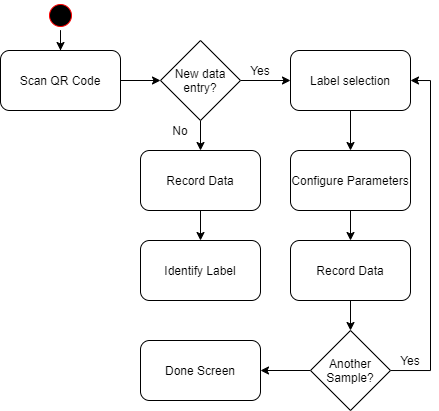
The draw.io diagram Requirements Specification/charts/flow2.png in PSE-TECO-2020-TEAM1/e2e-ml_docs, before a commit. Source tidied: cells renumbered, new cells last; positions are measured from the earlier drawing's top-left corner, leaving out a move shared by most shapes.
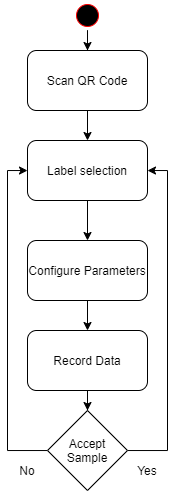
After the commit.

The edit, as a diff of the source:
```diff
@@ -6,75 +6,56 @@
       <mxGeometry relative="1" as="geometry" />
     </mxCell>
     <mxCell id="3" style="ellipse;html=1;shape=startState;fillColor=#000000;strokeColor=#ff0000;" parent="1" vertex="1">
-      <mxGeometry x="45" width="30" height="30" as="geometry" />
+      <mxGeometry x="335" y="-90" width="30" height="30" as="geometry" />
     </mxCell>
-    <mxCell id="4" style="edgeStyle=orthogonalEdgeStyle;rounded=0;jettySize=auto;html=1;" parent="1" edge="1" source="5" target="8">
-      <mxGeometry relative="1" as="geometry" />
-    </mxCell>
+    <mxCell id="25" style="edgeStyle=orthogonalEdgeStyle;rounded=0;jettySize=auto;html=1;" parent="1" edge="1" source="5" target="10">
+      <mxGeometry relative="1" as="geometry" />
+    </mxCell>
     <mxCell id="5" value="Scan QR Code" style="rounded=1;whiteSpace=wrap;html=1;" parent="1" vertex="1">
-      <mxGeometry y="50" width="120" height="60" as="geometry" />
+      <mxGeometry x="290" y="-40" width="120" height="60" as="geometry" />
     </mxCell>
-    <mxCell id="6" style="edgeStyle=orthogonalEdgeStyle;rounded=0;jettySize=auto;html=1;" parent="1" edge="1" source="8" target="10">
-      <mxGeometry relative="1" as="geometry" />
-    </mxCell>
-    <mxCell id="7" style="edgeStyle=orthogonalEdgeStyle;rounded=0;jettySize=auto;html=1;" parent="1" edge="1" source="8" target="13">
-      <mxGeometry relative="1" as="geometry" />
-    </mxCell>
-    <mxCell id="8" value="New data entry?" style="rhombus;whiteSpace=wrap;html=1;" parent="1" vertex="1">
-      <mxGeometry x="160" y="40" width="80" height="80" as="geometry" />
-    </mxCell>
     <mxCell id="9" style="edgeStyle=orthogonalEdgeStyle;rounded=0;jettySize=auto;html=1;" parent="1" edge="1" source="10" target="17">
       <mxGeometry relative="1" as="geometry" />
     </mxCell>
     <mxCell id="10" value="Label selection" style="rounded=1;whiteSpace=wrap;html=1;" parent="1" vertex="1">
       <mxGeometry x="290" y="50" width="120" height="60" as="geometry" />
     </mxCell>
-    <mxCell id="11" value="Yes" style="text;html=1;strokeColor=none;fillColor=none;align=center;verticalAlign=middle;whiteSpace=wrap;rounded=0;" parent="1" vertex="1">
-      <mxGeometry x="240" y="60" width="40" height="20" as="geometry" />
-    </mxCell>
-    <mxCell id="12" style="edgeStyle=orthogonalEdgeStyle;rounded=0;jettySize=auto;html=1;" parent="1" edge="1" source="13" target="15">
-      <mxGeometry relative="1" as="geometry" />
-    </mxCell>
-    <mxCell id="13" value="Record Data" style="rounded=1;whiteSpace=wrap;html=1;" parent="1" vertex="1">
-      <mxGeometry x="140" y="150" width="120" height="60" as="geometry" />
-    </mxCell>
-    <mxCell id="14" value="No" style="text;html=1;strokeColor=none;fillColor=none;align=center;verticalAlign=middle;whiteSpace=wrap;rounded=0;" parent="1" vertex="1">
-      <mxGeometry x="160" y="120" width="40" height="20" as="geometry" />
-    </mxCell>
-    <mxCell id="15" value="Identify Label" style="rounded=1;whiteSpace=wrap;html=1;" parent="1" vertex="1">
-      <mxGeometry x="140" y="240" width="120" height="60" as="geometry" />
-    </mxCell>
     <mxCell id="16" style="edgeStyle=orthogonalEdgeStyle;rounded=0;jettySize=auto;html=1;" parent="1" edge="1" source="17" target="19">
       <mxGeometry relative="1" as="geometry" />
     </mxCell>
     <mxCell id="17" value="Configure Parameters" style="rounded=1;whiteSpace=wrap;html=1;" parent="1" vertex="1">
       <mxGeometry x="290" y="150" width="120" height="60" as="geometry" />
     </mxCell>
-    <mxCell id="18" style="edgeStyle=orthogonalEdgeStyle;rounded=0;jettySize=auto;html=1;" parent="1" edge="1" source="19" target="22">
-      <mxGeometry relative="1" as="geometry" />
-    </mxCell>
+    <mxCell id="26" style="edgeStyle=orthogonalEdgeStyle;rounded=0;jettySize=auto;html=1;" parent="1" edge="1" source="19" target="29">
+      <mxGeometry relative="1" as="geometry" />
+    </mxCell>
     <mxCell id="19" value="Record Data" style="rounded=1;whiteSpace=wrap;html=1;" parent="1" vertex="1">
       <mxGeometry x="290" y="240" width="120" height="60" as="geometry" />
     </mxCell>
-    <mxCell id="20" style="edgeStyle=orthogonalEdgeStyle;rounded=0;jettySize=auto;html=1;entryX=1;entryY=0.5;entryDx=0;entryDy=0;" parent="1" edge="1" source="22" target="10">
-      <mxGeometry relative="1" as="geometry">
-        <Array as="points">
-          <mxPoint x="430" y="370" />
-          <mxPoint x="430" y="80" />
-        </Array>
-      </mxGeometry>
-    </mxCell>
-    <mxCell id="21" style="edgeStyle=orthogonalEdgeStyle;rounded=0;jettySize=auto;html=1;" parent="1" edge="1" source="22" target="24">
-      <mxGeometry relative="1" as="geometry" />
-    </mxCell>
-    <mxCell id="22" value="Another Sample?" style="rhombus;whiteSpace=wrap;html=1;" parent="1" vertex="1">
-      <mxGeometry x="310" y="330" width="80" height="80" as="geometry" />
-    </mxCell>
-    <mxCell id="23" value="Yes" style="text;html=1;strokeColor=none;fillColor=none;align=center;verticalAlign=middle;whiteSpace=wrap;rounded=0;" parent="1" vertex="1">
-      <mxGeometry x="390" y="350" width="40" height="20" as="geometry" />
-    </mxCell>
-    <mxCell id="24" value="Done Screen" style="rounded=1;whiteSpace=wrap;html=1;" parent="1" vertex="1">
-      <mxGeometry x="140" y="340" width="120" height="60" as="geometry" />
-    </mxCell>
+    <mxCell id="27" style="edgeStyle=orthogonalEdgeStyle;rounded=0;jettySize=auto;html=1;" parent="1" edge="1" source="29" target="10">
+      <mxGeometry relative="1" as="geometry">
+        <Array as="points">
+          <mxPoint x="430" y="360" />
+          <mxPoint x="430" y="80" />
+        </Array>
+      </mxGeometry>
+    </mxCell>
+    <mxCell id="28" style="edgeStyle=orthogonalEdgeStyle;rounded=0;jettySize=auto;html=1;" parent="1" edge="1" source="29" target="10">
+      <mxGeometry relative="1" as="geometry">
+        <Array as="points">
+          <mxPoint x="270" y="360" />
+          <mxPoint x="270" y="80" />
+        </Array>
+      </mxGeometry>
+    </mxCell>
+    <mxCell id="29" value="Accept Sample" style="rhombus;whiteSpace=wrap;html=1;" parent="1" vertex="1">
+      <mxGeometry x="310" y="320" width="80" height="80" as="geometry" />
+    </mxCell>
+    <mxCell id="30" value="Yes" style="text;html=1;strokeColor=none;fillColor=none;align=center;verticalAlign=middle;whiteSpace=wrap;rounded=0;" parent="1" vertex="1">
+      <mxGeometry x="390" y="370" width="40" height="20" as="geometry" />
+    </mxCell>
+    <mxCell id="14" value="No" style="text;html=1;strokeColor=none;fillColor=none;align=center;verticalAlign=middle;whiteSpace=wrap;rounded=0;" parent="1" vertex="1">
+      <mxGeometry x="270" y="370" width="40" height="20" as="geometry" />
+    </mxCell>
   </root>
 </mxGraphModel>
```
